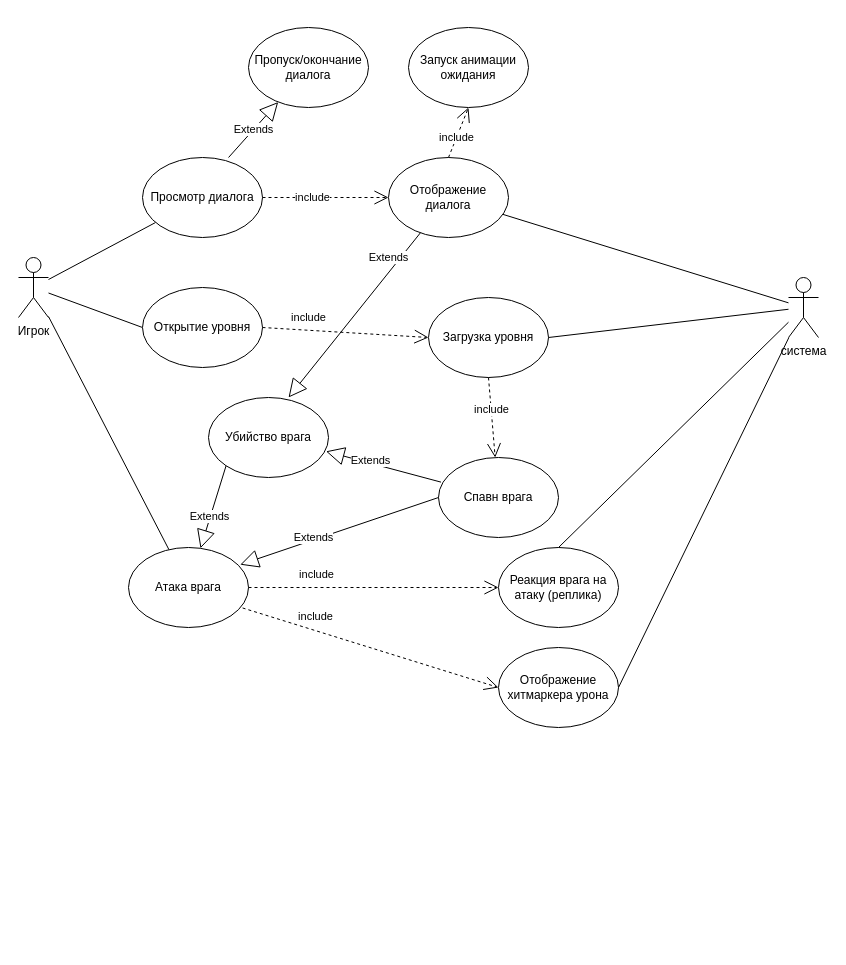
Above: cataclismo resources/уровень.drawio in pascal-enjoyer/cataclismo (draw.io), before the change. Source tidied: cells renumbered, new cells numbered last; positions are measured from the earlier drawing's top-left corner, leaving out a move shared by most shapes. Both pictures are drawn from the tidied source at 100%, with x=0, y=0 at pixel (18, 27).
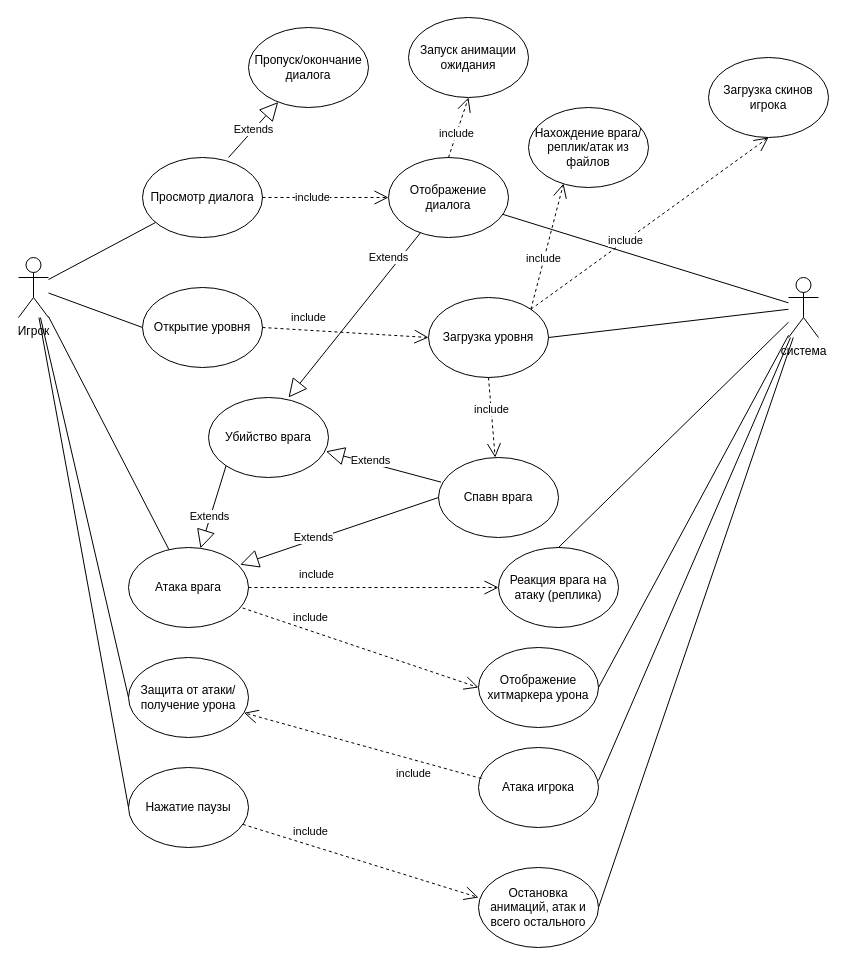
The same diagram, later.

The change refers to these unchanged cells:
```xml
<mxCell id="2" value="Игрок" style="shape=umlActor;verticalLabelPosition=bottom;verticalAlign=top;html=1;outlineConnect=0;" parent="1" vertex="1">
  <mxGeometry y="230" width="30" height="60" as="geometry" />
</mxCell>
<mxCell id="5" value="система" style="shape=umlActor;verticalLabelPosition=bottom;verticalAlign=top;html=1;outlineConnect=0;" parent="1" vertex="1">
  <mxGeometry x="770" y="250" width="30" height="60" as="geometry" />
</mxCell>
<mxCell id="6" value="Загрузка уровня" style="ellipse;whiteSpace=wrap;html=1;" parent="1" vertex="1">
  <mxGeometry x="410" y="270" width="120" height="80" as="geometry" />
</mxCell>
```

Change to the diagram source:
```diff
@@
     <mxCell id="12" value="Запуск анимации ожидания" style="ellipse;whiteSpace=wrap;html=1;" parent="1" vertex="1">
-      <mxGeometry x="390" width="120" height="80" as="geometry" />
+      <mxGeometry x="390" y="-10" width="120" height="80" as="geometry" />
     </mxCell>
@@
     <mxCell id="29" value="Отображение хитмаркера урона" style="ellipse;whiteSpace=wrap;html=1;" parent="1" vertex="1">
-      <mxGeometry x="480" y="620" width="120" height="80" as="geometry" />
+      <mxGeometry x="460" y="620" width="120" height="80" as="geometry" />
     </mxCell>
@@
+    <mxCell id="33" value="Атака игрока" style="ellipse;whiteSpace=wrap;html=1;" parent="1" vertex="1">
+      <mxGeometry x="460" y="720" width="120" height="80" as="geometry" />
+    </mxCell>
+    <mxCell id="34" style="endArrow=none;html=1;rounded=0;exitX=1;exitY=0.413;exitDx=0;exitDy=0;exitPerimeter=0;" parent="1" edge="1" source="33" target="5">
+      <mxGeometry relative="1" as="geometry" />
+    </mxCell>
+    <mxCell id="35" value="Защита от атаки/получение урона" style="ellipse;whiteSpace=wrap;html=1;" parent="1" vertex="1">
+      <mxGeometry x="110" y="630" width="120" height="80" as="geometry" />
+    </mxCell>
+    <mxCell id="36" style="endArrow=none;html=1;rounded=0;entryX=0;entryY=0.5;entryDx=0;entryDy=0;" parent="1" edge="1" source="2" target="35">
+      <mxGeometry relative="1" as="geometry" />
+    </mxCell>
+    <mxCell id="37" value="include" style="endArrow=open;endSize=12;dashed=1;html=1;rounded=0;exitX=0.025;exitY=0.388;exitDx=0;exitDy=0;exitPerimeter=0;" parent="1" edge="1" source="33" target="35">
+      <mxGeometry x="-0.46" y="13" relative="1" as="geometry" />
+    </mxCell>
+    <mxCell id="38" value="Нажатие паузы" style="ellipse;whiteSpace=wrap;html=1;" parent="1" vertex="1">
+      <mxGeometry x="110" y="740" width="120" height="80" as="geometry" />
+    </mxCell>
+    <mxCell id="39" style="endArrow=none;html=1;rounded=0;entryX=0;entryY=0.5;entryDx=0;entryDy=0;" parent="1" edge="1" source="2" target="38">
+      <mxGeometry relative="1" as="geometry" />
+    </mxCell>
+    <mxCell id="40" style="endArrow=none;html=1;rounded=0;entryX=1;entryY=0.5;entryDx=0;entryDy=0;" parent="1" edge="1" source="5" target="41">
+      <mxGeometry relative="1" as="geometry" />
+    </mxCell>
+    <mxCell id="41" value="Остановка анимаций, атак и всего остального" style="ellipse;whiteSpace=wrap;html=1;" parent="1" vertex="1">
+      <mxGeometry x="460" y="840" width="120" height="80" as="geometry" />
+    </mxCell>
+    <mxCell id="42" value="include" style="endArrow=open;endSize=12;dashed=1;html=1;rounded=0;entryX=0;entryY=0.375;entryDx=0;entryDy=0;entryPerimeter=0;" parent="1" edge="1" source="38" target="41">
+      <mxGeometry x="-0.46" y="13" relative="1" as="geometry" />
+    </mxCell>
+    <mxCell id="43" value="Загрузка скинов игрока" style="ellipse;whiteSpace=wrap;html=1;" parent="1" vertex="1">
+      <mxGeometry x="690" y="30" width="120" height="80" as="geometry" />
+    </mxCell>
+    <mxCell id="44" value="Нахождение врага/реплик/атак из файлов" style="ellipse;whiteSpace=wrap;html=1;" parent="1" vertex="1">
+      <mxGeometry x="510" y="80" width="120" height="80" as="geometry" />
+    </mxCell>
+    <mxCell id="45" value="include" style="endArrow=open;endSize=12;dashed=1;html=1;rounded=0;exitX=1;exitY=0;exitDx=0;exitDy=0;entryX=0.292;entryY=0.95;entryDx=0;entryDy=0;entryPerimeter=0;" parent="1" edge="1" source="6" target="44">
+      <mxGeometry x="-0.2" relative="1" as="geometry" />
+    </mxCell>
+    <mxCell id="46" value="include" style="endArrow=open;endSize=12;dashed=1;html=1;rounded=0;exitX=1;exitY=0;exitDx=0;exitDy=0;entryX=0.5;entryY=1;entryDx=0;entryDy=0;" parent="1" edge="1" source="6" target="43">
+      <mxGeometry x="-0.2" relative="1" as="geometry" />
+    </mxCell>
```
